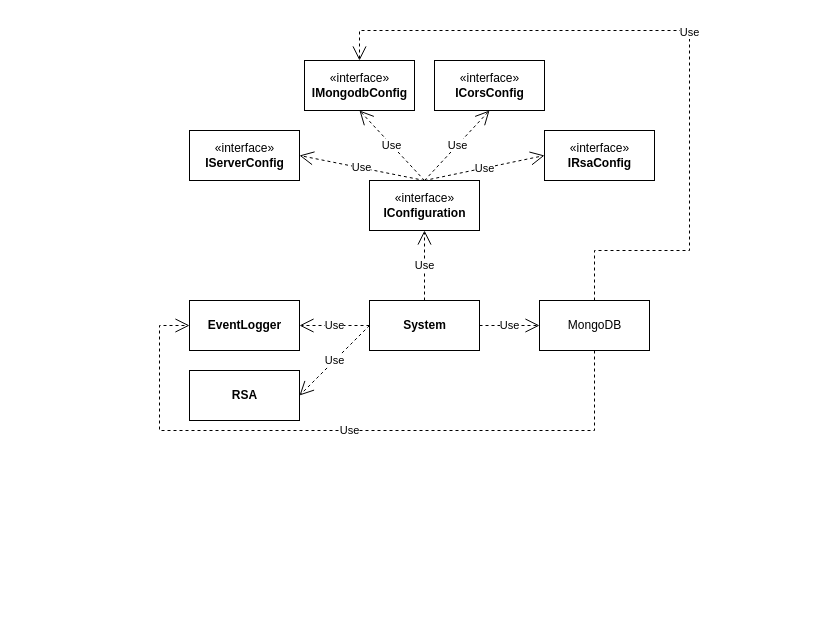
The draw.io diagram api-docs/draw.io/architecture.drawio in syr0s/todo-backend, before the edit. Source tidied: cells renumbered, new cells numbered last; positions are measured from the earlier drawing's top-left corner, leaving out a move shared by most shapes. Both pictures are drawn from the tidied source at 100%, with x=0, y=0 at pixel (159, 30).
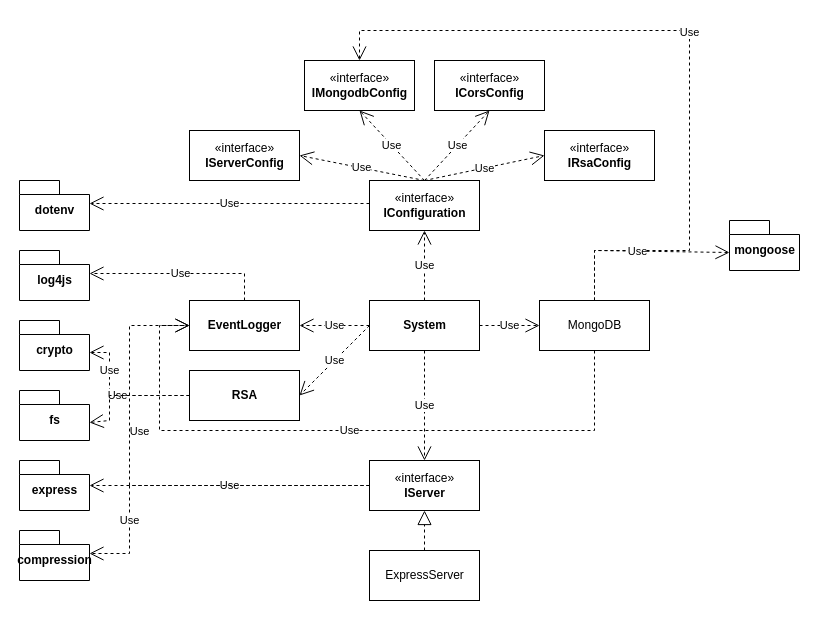
The same page after the edit.

Commit message (it also covers changes not shown here):
feat: :sparkles: implemented express web server

Unchanged cells that the change refers to:
```xml
<mxCell id="7" value="System" style="html=1;fontStyle=1;" parent="1" vertex="1">
  <mxGeometry x="210" y="270" width="110" height="50" as="geometry" />
</mxCell>
<mxCell id="13" value="EventLogger" style="html=1;fontStyle=1;" parent="1" vertex="1">
  <mxGeometry x="30" y="270" width="110" height="50" as="geometry" />
</mxCell>
<mxCell id="15" value="&lt;b&gt;RSA&lt;/b&gt;" style="html=1;" parent="1" vertex="1">
  <mxGeometry x="30" y="340" width="110" height="50" as="geometry" />
</mxCell>
<mxCell id="17" value="MongoDB" style="html=1;" parent="1" vertex="1">
  <mxGeometry x="380" y="270" width="110" height="50" as="geometry" />
</mxCell>
```

Change to the diagram source:
```diff
@@
+    <mxCell id="21" value="«interface»&lt;br&gt;&lt;b&gt;IServer&lt;/b&gt;" style="html=1;" parent="1" vertex="1">
+      <mxGeometry x="210" y="430" width="110" height="50" as="geometry" />
+    </mxCell>
+    <mxCell id="22" value="Use" style="endArrow=open;endSize=12;dashed=1;html=1;rounded=0;entryX=0.5;entryY=0;entryDx=0;entryDy=0;exitX=0.5;exitY=1;exitDx=0;exitDy=0;" parent="1" edge="1" source="7" target="21">
+      <mxGeometry relative="1" as="geometry" />
+    </mxCell>
+    <mxCell id="23" value="ExpressServer" style="html=1;" parent="1" vertex="1">
+      <mxGeometry x="210" y="520" width="110" height="50" as="geometry" />
+    </mxCell>
+    <mxCell id="24" style="endArrow=block;dashed=1;endFill=0;endSize=12;html=1;rounded=0;exitX=0.5;exitY=0;exitDx=0;exitDy=0;entryX=0.5;entryY=1;entryDx=0;entryDy=0;" parent="1" edge="1" source="23" target="21">
+      <mxGeometry relative="1" as="geometry" />
+    </mxCell>
+    <mxCell id="25" value="Use" style="endArrow=open;endSize=12;dashed=1;html=1;rounded=0;exitX=0;exitY=0.5;exitDx=0;exitDy=0;entryX=0;entryY=0.5;entryDx=0;entryDy=0;" parent="1" edge="1" source="21" target="13">
+      <mxGeometry x="0.28" y="-10" relative="1" as="geometry">
+        <Array as="points">
+          <mxPoint x="-30" y="455" />
+          <mxPoint x="-30" y="295" />
+        </Array>
+      </mxGeometry>
+    </mxCell>
+    <mxCell id="26" value="express" style="shape=folder;fontStyle=1;spacingTop=10;tabWidth=40;tabHeight=14;tabPosition=left;html=1;" parent="1" vertex="1">
+      <mxGeometry x="-140" y="430" width="70" height="50" as="geometry" />
+    </mxCell>
+    <mxCell id="27" value="Use" style="endArrow=open;endSize=12;dashed=1;html=1;rounded=0;exitX=0;exitY=0.5;exitDx=0;exitDy=0;" parent="1" edge="1" source="21">
+      <mxGeometry relative="1" as="geometry">
+        <mxPoint x="-70" y="455" as="targetPoint" />
+      </mxGeometry>
+    </mxCell>
+    <mxCell id="28" value="log4js" style="shape=folder;fontStyle=1;spacingTop=10;tabWidth=40;tabHeight=14;tabPosition=left;html=1;" parent="1" vertex="1">
+      <mxGeometry x="-140" y="220" width="70" height="50" as="geometry" />
+    </mxCell>
+    <mxCell id="29" value="Use" style="endArrow=open;endSize=12;dashed=1;html=1;rounded=0;entryX=0;entryY=0;entryDx=70;entryDy=23;entryPerimeter=0;exitX=0.5;exitY=0;exitDx=0;exitDy=0;" parent="1" edge="1" source="13" target="28">
+      <mxGeometry relative="1" as="geometry">
+        <Array as="points">
+          <mxPoint x="85" y="243" />
+        </Array>
+      </mxGeometry>
+    </mxCell>
+    <mxCell id="30" value="mongoose" style="shape=folder;fontStyle=1;spacingTop=10;tabWidth=40;tabHeight=14;tabPosition=left;html=1;" parent="1" vertex="1">
+      <mxGeometry x="570" y="190" width="70" height="50" as="geometry" />
+    </mxCell>
+    <mxCell id="31" value="Use" style="endArrow=open;endSize=12;dashed=1;html=1;rounded=0;entryX=0;entryY=0;entryDx=0;entryDy=32;entryPerimeter=0;exitX=0.5;exitY=0;exitDx=0;exitDy=0;" parent="1" edge="1" source="17" target="30">
+      <mxGeometry relative="1" as="geometry">
+        <Array as="points">
+          <mxPoint x="435" y="220" />
+        </Array>
+      </mxGeometry>
+    </mxCell>
+    <mxCell id="32" value="crypto" style="shape=folder;fontStyle=1;spacingTop=10;tabWidth=40;tabHeight=14;tabPosition=left;html=1;" parent="1" vertex="1">
+      <mxGeometry x="-140" y="290" width="70" height="50" as="geometry" />
+    </mxCell>
+    <mxCell id="33" value="fs" style="shape=folder;fontStyle=1;spacingTop=10;tabWidth=40;tabHeight=14;tabPosition=left;html=1;" parent="1" vertex="1">
+      <mxGeometry x="-140" y="360" width="70" height="50" as="geometry" />
+    </mxCell>
+    <mxCell id="34" value="Use" style="endArrow=open;endSize=12;dashed=1;html=1;rounded=0;exitX=0;exitY=0.5;exitDx=0;exitDy=0;entryX=0;entryY=0;entryDx=70;entryDy=32;entryPerimeter=0;" parent="1" edge="1" source="15" target="32">
+      <mxGeometry relative="1" as="geometry">
+        <Array as="points">
+          <mxPoint x="-50" y="365" />
+          <mxPoint x="-50" y="322" />
+        </Array>
+      </mxGeometry>
+    </mxCell>
+    <mxCell id="35" value="Use" style="endArrow=open;endSize=12;dashed=1;html=1;rounded=0;entryX=0;entryY=0;entryDx=70;entryDy=32;entryPerimeter=0;exitX=0;exitY=0.5;exitDx=0;exitDy=0;" parent="1" edge="1" source="15" target="33">
+      <mxGeometry x="0.28" y="-25" relative="1" as="geometry">
+        <Array as="points">
+          <mxPoint x="-50" y="365" />
+          <mxPoint x="-50" y="390" />
+        </Array>
+        <mxPoint x="25" y="-25" as="offset" />
+      </mxGeometry>
+    </mxCell>
+    <mxCell id="36" value="dotenv" style="shape=folder;fontStyle=1;spacingTop=10;tabWidth=40;tabHeight=14;tabPosition=left;html=1;" parent="1" vertex="1">
+      <mxGeometry x="-140" y="150" width="70" height="50" as="geometry" />
+    </mxCell>
+    <mxCell id="37" value="Use" style="endArrow=open;endSize=12;dashed=1;html=1;rounded=0;entryX=0;entryY=0;entryDx=70;entryDy=23;entryPerimeter=0;" parent="1" edge="1" target="36">
+      <mxGeometry relative="1" as="geometry">
+        <mxPoint x="210" y="173" as="sourcePoint" />
+      </mxGeometry>
+    </mxCell>
+    <mxCell id="38" value="compression" style="shape=folder;fontStyle=1;spacingTop=10;tabWidth=40;tabHeight=14;tabPosition=left;html=1;" parent="1" vertex="1">
+      <mxGeometry x="-140" y="500" width="70" height="50" as="geometry" />
+    </mxCell>
+    <mxCell id="39" value="Use" style="endArrow=open;endSize=12;dashed=1;html=1;rounded=0;exitX=0;exitY=0.5;exitDx=0;exitDy=0;entryX=0;entryY=0;entryDx=70;entryDy=23;entryPerimeter=0;" parent="1" edge="1" source="21" target="38">
+      <mxGeometry x="0.58" relative="1" as="geometry">
+        <Array as="points">
+          <mxPoint x="-30" y="455" />
+          <mxPoint x="-30" y="523" />
+        </Array>
+      </mxGeometry>
+    </mxCell>
```
